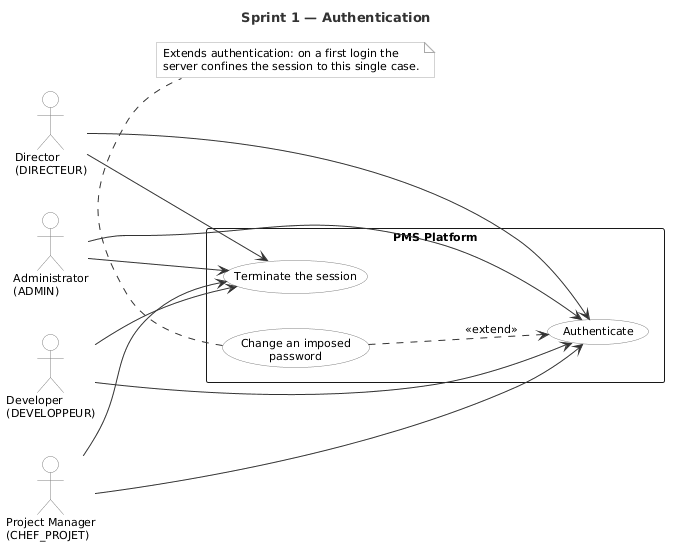
mazenrakrouki/tekup-pms-platform keeps this PlantUML diagram as report/Rapport PFE TEKUP LATEX/img/uc_sprint1.png. Above is the earlier version.
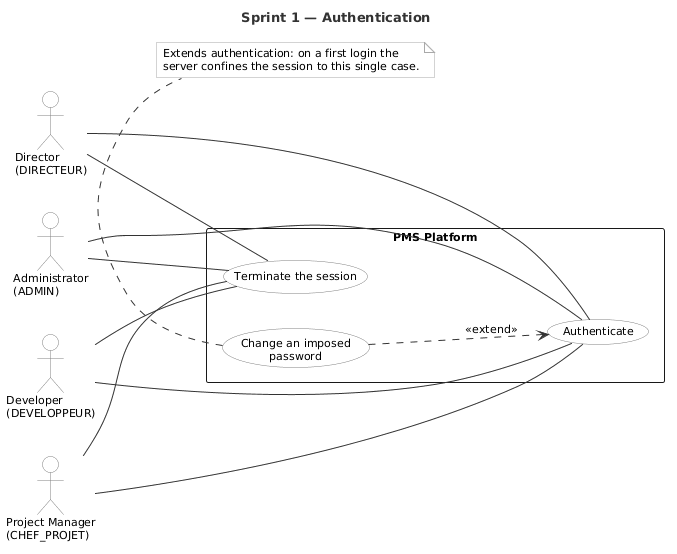
The same diagram one commit later.

What changed in the source:
```diff
@@ -28,14 +28,14 @@
   usecase "Terminate the session" as UC3
 }
 
-Admin --> UC1
-Dir --> UC1
-PM --> UC1
-Dev --> UC1
-Admin --> UC3
-Dir --> UC3
-PM --> UC3
-Dev --> UC3
+Admin -- UC1
+Dir -- UC1
+PM -- UC1
+Dev -- UC1
+Admin -- UC3
+Dir -- UC3
+PM -- UC3
+Dev -- UC3
 UC2 ..> UC1 : <<extend>>
 
 note bottom of UC2
```
